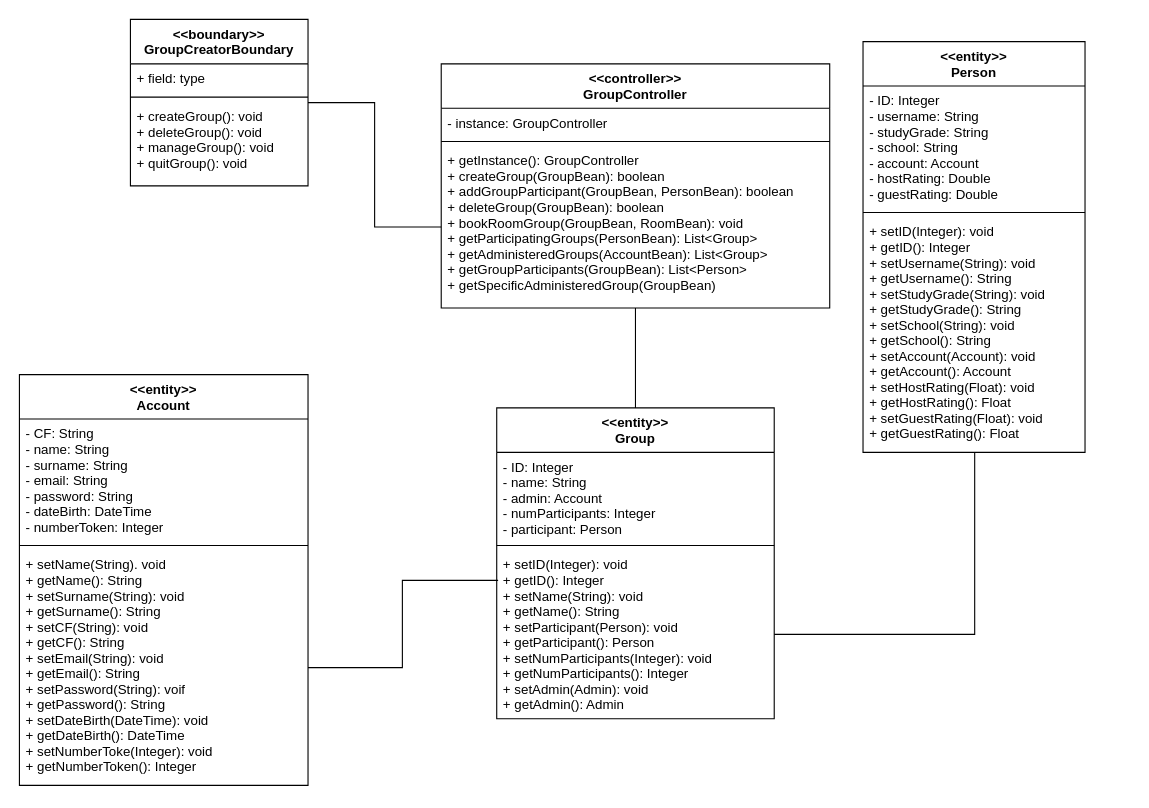
This is Deliverables/VoPC/VoPC CreateStudyGroup.drawio from nic-agos/DoveStudi, a draw.io file, before an edit. Source tidied: cells renumbered, new cells numbered last; positions are measured from the earlier drawing's top-left corner, leaving out a move shared by most shapes. Both pictures are drawn from the tidied source at 111%, with x=0, y=0 at pixel (19, 19).
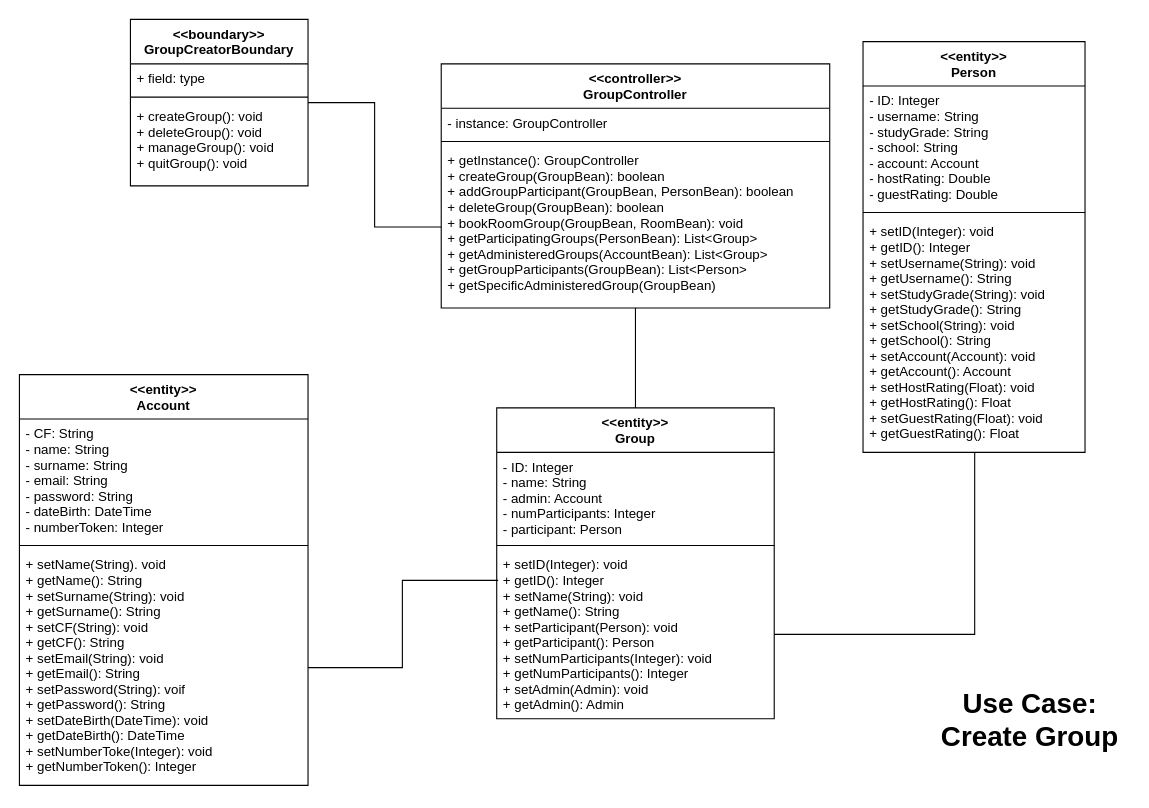
After the change.

Change to the diagram source:
```diff
@@
+    <mxCell id="26" value="&lt;b&gt;Use Case:&lt;br&gt;Create Group&lt;/b&gt;" style="text;html=1;align=center;verticalAlign=middle;fontSize=25;" parent="1" vertex="1">
+      <mxGeometry x="820" y="595" width="180" height="70" as="geometry" />
+    </mxCell>
```
